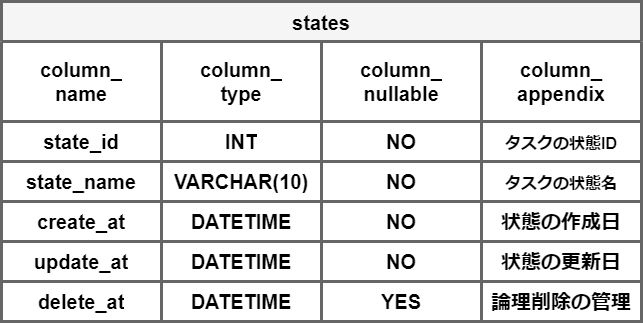
Before: docs/仕様書/images/table_states.png, a diagram exported from draw.io (takaaaa-jun/check_annotator). Source tidied: cells renumbered, new cells last; positions are measured from the earlier drawing's top-left corner, leaving out a move shared by most shapes. Source of this version:
```xml
<mxGraphModel>
  <root>
    <mxCell id="0" />
    <mxCell id="1" parent="0" />
    <mxCell id="2" value="states" style="shape=table;startSize=40;strokeColor=#666666;fontSize=20;strokeWidth=3;fillColor=#F5F5F5;fontStyle=1;" parent="1" vertex="1">
      <mxGeometry width="640" height="320" as="geometry" />
    </mxCell>
    <mxCell id="3" style="shape=tableRow;horizontal=0;startSize=0;swimlaneHead=0;swimlaneBody=0;strokeColor=inherit;top=0;left=0;bottom=0;right=0;fillColor=none;fontSize=20;fontStyle=1;" parent="2" vertex="1">
      <mxGeometry y="40" width="640" height="80" as="geometry" />
    </mxCell>
    <mxCell id="4" value="column_&lt;br&gt;name" style="shape=partialRectangle;html=1;whiteSpace=wrap;strokeColor=inherit;overflow=hidden;fillColor=none;top=0;left=0;bottom=0;right=0;fontSize=20;fontStyle=1;" parent="3" vertex="1">
      <mxGeometry width="160" height="80" as="geometry" />
    </mxCell>
    <mxCell id="5" value="column_&lt;br&gt;type" style="shape=partialRectangle;html=1;whiteSpace=wrap;strokeColor=inherit;overflow=hidden;fillColor=none;top=0;left=0;bottom=0;right=0;fontSize=20;fontStyle=1;" parent="3" vertex="1">
      <mxGeometry x="160" width="160" height="80" as="geometry" />
    </mxCell>
    <mxCell id="6" value="column_&lt;br&gt;nullable" style="shape=partialRectangle;html=1;whiteSpace=wrap;strokeColor=inherit;overflow=hidden;fillColor=none;top=0;left=0;bottom=0;right=0;fontSize=20;fontStyle=1;" parent="3" vertex="1">
      <mxGeometry x="320" width="160" height="80" as="geometry" />
    </mxCell>
    <mxCell id="7" value="column_&lt;br&gt;appendix" style="shape=partialRectangle;html=1;whiteSpace=wrap;strokeColor=inherit;overflow=hidden;fillColor=none;top=0;left=0;bottom=0;right=0;fontSize=20;fontStyle=1;" parent="3" vertex="1">
      <mxGeometry x="480" width="160" height="80" as="geometry" />
    </mxCell>
    <mxCell id="8" style="shape=tableRow;horizontal=0;startSize=0;swimlaneHead=0;swimlaneBody=0;strokeColor=inherit;top=0;left=0;bottom=0;right=0;fillColor=none;fontSize=20;fontStyle=1;" parent="2" vertex="1">
      <mxGeometry y="120" width="640" height="40" as="geometry" />
    </mxCell>
    <mxCell id="9" value="state_id" style="shape=partialRectangle;html=1;whiteSpace=wrap;strokeColor=inherit;overflow=hidden;fillColor=none;top=0;left=0;bottom=0;right=0;fontSize=20;fontStyle=1;" parent="8" vertex="1">
      <mxGeometry width="160" height="40" as="geometry" />
    </mxCell>
    <mxCell id="10" value="INT" style="shape=partialRectangle;html=1;whiteSpace=wrap;strokeColor=inherit;overflow=hidden;fillColor=none;top=0;left=0;bottom=0;right=0;fontSize=20;fontStyle=1;" parent="8" vertex="1">
      <mxGeometry x="160" width="160" height="40" as="geometry" />
    </mxCell>
    <mxCell id="11" value="NO" style="shape=partialRectangle;html=1;whiteSpace=wrap;strokeColor=inherit;overflow=hidden;fillColor=none;top=0;left=0;bottom=0;right=0;fontSize=20;fontStyle=1;" parent="8" vertex="1">
      <mxGeometry x="320" width="160" height="40" as="geometry" />
    </mxCell>
    <mxCell id="12" value="&lt;font style=&quot;font-size: 16px;&quot;&gt;タスクの状態ID&lt;/font&gt;" style="shape=partialRectangle;html=1;whiteSpace=wrap;strokeColor=inherit;overflow=hidden;fillColor=none;top=0;left=0;bottom=0;right=0;fontSize=20;fontStyle=1;" parent="8" vertex="1">
      <mxGeometry x="480" width="160" height="40" as="geometry" />
    </mxCell>
    <mxCell id="13" style="shape=tableRow;horizontal=0;startSize=0;swimlaneHead=0;swimlaneBody=0;strokeColor=inherit;top=0;left=0;bottom=0;right=0;fillColor=none;fontSize=20;fontStyle=1;" parent="2" vertex="1">
      <mxGeometry y="160" width="640" height="40" as="geometry" />
    </mxCell>
    <mxCell id="14" value="state_name" style="shape=partialRectangle;html=1;whiteSpace=wrap;strokeColor=inherit;overflow=hidden;fillColor=none;top=0;left=0;bottom=0;right=0;fontSize=20;fontStyle=1;" parent="13" vertex="1">
      <mxGeometry width="160" height="40" as="geometry" />
    </mxCell>
    <mxCell id="15" value="VARCHAR(10)" style="shape=partialRectangle;html=1;whiteSpace=wrap;strokeColor=inherit;overflow=hidden;fillColor=none;top=0;left=0;bottom=0;right=0;fontSize=20;fontStyle=1;" parent="13" vertex="1">
      <mxGeometry x="160" width="160" height="40" as="geometry" />
    </mxCell>
    <mxCell id="16" value="NO" style="shape=partialRectangle;html=1;whiteSpace=wrap;strokeColor=inherit;overflow=hidden;fillColor=none;top=0;left=0;bottom=0;right=0;fontSize=20;fontStyle=1;" parent="13" vertex="1">
      <mxGeometry x="320" width="160" height="40" as="geometry" />
    </mxCell>
    <mxCell id="17" value="&lt;span style=&quot;font-size: 16px;&quot;&gt;タスクの状態名&lt;/span&gt;" style="shape=partialRectangle;html=1;whiteSpace=wrap;strokeColor=inherit;overflow=hidden;fillColor=none;top=0;left=0;bottom=0;right=0;fontSize=20;fontStyle=1;" parent="13" vertex="1">
      <mxGeometry x="480" width="160" height="40" as="geometry" />
    </mxCell>
    <mxCell id="18" style="shape=tableRow;horizontal=0;startSize=0;swimlaneHead=0;swimlaneBody=0;strokeColor=inherit;top=0;left=0;bottom=0;right=0;fillColor=none;fontSize=20;fontStyle=1;" parent="2" vertex="1">
      <mxGeometry y="200" width="640" height="40" as="geometry" />
    </mxCell>
    <mxCell id="19" value="create_at" style="shape=partialRectangle;html=1;whiteSpace=wrap;strokeColor=inherit;overflow=hidden;fillColor=none;top=0;left=0;bottom=0;right=0;fontSize=20;fontStyle=1;" parent="18" vertex="1">
      <mxGeometry width="160" height="40" as="geometry" />
    </mxCell>
    <mxCell id="20" value="DATETIME" style="shape=partialRectangle;html=1;whiteSpace=wrap;strokeColor=inherit;overflow=hidden;fillColor=none;top=0;left=0;bottom=0;right=0;fontSize=20;fontStyle=1;" parent="18" vertex="1">
      <mxGeometry x="160" width="160" height="40" as="geometry" />
    </mxCell>
    <mxCell id="21" value="NO" style="shape=partialRectangle;html=1;whiteSpace=wrap;strokeColor=inherit;overflow=hidden;fillColor=none;top=0;left=0;bottom=0;right=0;fontSize=20;fontStyle=1;" parent="18" vertex="1">
      <mxGeometry x="320" width="160" height="40" as="geometry" />
    </mxCell>
    <mxCell id="22" value="状態の作成日" style="shape=partialRectangle;html=1;whiteSpace=wrap;strokeColor=inherit;overflow=hidden;fillColor=none;top=0;left=0;bottom=0;right=0;fontSize=20;fontStyle=1;" parent="18" vertex="1">
      <mxGeometry x="480" width="160" height="40" as="geometry" />
    </mxCell>
    <mxCell id="23" style="shape=tableRow;horizontal=0;startSize=0;swimlaneHead=0;swimlaneBody=0;strokeColor=inherit;top=0;left=0;bottom=0;right=0;fillColor=none;fontSize=20;fontStyle=1;" parent="2" vertex="1">
      <mxGeometry y="240" width="640" height="40" as="geometry" />
    </mxCell>
    <mxCell id="24" value="update_at" style="shape=partialRectangle;html=1;whiteSpace=wrap;strokeColor=inherit;overflow=hidden;fillColor=none;top=0;left=0;bottom=0;right=0;fontSize=20;fontStyle=1;" parent="23" vertex="1">
      <mxGeometry width="160" height="40" as="geometry" />
    </mxCell>
    <mxCell id="25" value="DATETIME" style="shape=partialRectangle;html=1;whiteSpace=wrap;strokeColor=inherit;overflow=hidden;fillColor=none;top=0;left=0;bottom=0;right=0;fontSize=20;fontStyle=1;" parent="23" vertex="1">
      <mxGeometry x="160" width="160" height="40" as="geometry" />
    </mxCell>
    <mxCell id="26" value="NO" style="shape=partialRectangle;html=1;whiteSpace=wrap;strokeColor=inherit;overflow=hidden;fillColor=none;top=0;left=0;bottom=0;right=0;fontSize=20;fontStyle=1;" parent="23" vertex="1">
      <mxGeometry x="320" width="160" height="40" as="geometry" />
    </mxCell>
    <mxCell id="27" value="状態の更新日" style="shape=partialRectangle;html=1;whiteSpace=wrap;strokeColor=inherit;overflow=hidden;fillColor=none;top=0;left=0;bottom=0;right=0;fontSize=20;fontStyle=1;" parent="23" vertex="1">
      <mxGeometry x="480" width="160" height="40" as="geometry" />
    </mxCell>
    <mxCell id="28" style="shape=tableRow;horizontal=0;startSize=0;swimlaneHead=0;swimlaneBody=0;strokeColor=inherit;top=0;left=0;bottom=0;right=0;fillColor=none;fontSize=20;fontStyle=1;" parent="2" vertex="1">
      <mxGeometry y="280" width="640" height="40" as="geometry" />
    </mxCell>
    <mxCell id="29" value="delete_at" style="shape=partialRectangle;html=1;whiteSpace=wrap;strokeColor=inherit;overflow=hidden;fillColor=none;top=0;left=0;bottom=0;right=0;fontSize=20;fontStyle=1;" parent="28" vertex="1">
      <mxGeometry width="160" height="40" as="geometry" />
    </mxCell>
    <mxCell id="30" value="DATETIME" style="shape=partialRectangle;html=1;whiteSpace=wrap;strokeColor=inherit;overflow=hidden;fillColor=none;top=0;left=0;bottom=0;right=0;fontSize=20;fontStyle=1;" parent="28" vertex="1">
      <mxGeometry x="160" width="160" height="40" as="geometry" />
    </mxCell>
    <mxCell id="31" value="YES" style="shape=partialRectangle;html=1;whiteSpace=wrap;strokeColor=inherit;overflow=hidden;fillColor=none;top=0;left=0;bottom=0;right=0;fontSize=20;fontStyle=1;" parent="28" vertex="1">
      <mxGeometry x="320" width="160" height="40" as="geometry" />
    </mxCell>
    <mxCell id="32" value="論理削除の管理" style="shape=partialRectangle;html=1;whiteSpace=wrap;strokeColor=inherit;overflow=hidden;fillColor=none;top=0;left=0;bottom=0;right=0;fontSize=20;fontStyle=1;" parent="28" vertex="1">
      <mxGeometry x="480" width="160" height="40" as="geometry" />
    </mxCell>
  </root>
</mxGraphModel>
```
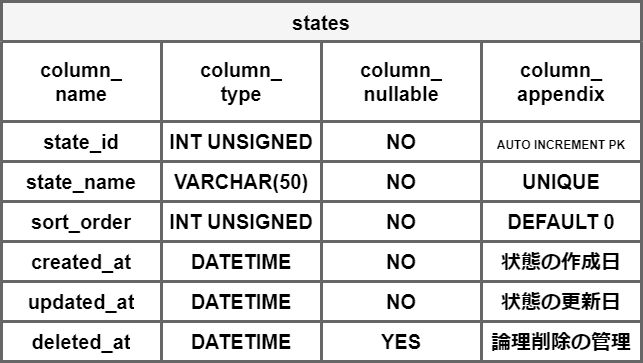
Above is the later version.

Change to the diagram source:
```diff
@@ -3,7 +3,7 @@
     <mxCell id="0" />
     <mxCell id="1" parent="0" />
     <mxCell id="2" value="states" style="shape=table;startSize=40;strokeColor=#666666;fontSize=20;strokeWidth=3;fillColor=#F5F5F5;fontStyle=1;" parent="1" vertex="1">
-      <mxGeometry width="640" height="320" as="geometry" />
+      <mxGeometry width="640" height="360" as="geometry" />
     </mxCell>
     <mxCell id="3" style="shape=tableRow;horizontal=0;startSize=0;swimlaneHead=0;swimlaneBody=0;strokeColor=inherit;top=0;left=0;bottom=0;right=0;fillColor=none;fontSize=20;fontStyle=1;" parent="2" vertex="1">
       <mxGeometry y="40" width="640" height="80" as="geometry" />
@@ -26,13 +26,13 @@
     <mxCell id="9" value="state_id" style="shape=partialRectangle;html=1;whiteSpace=wrap;strokeColor=inherit;overflow=hidden;fillColor=none;top=0;left=0;bottom=0;right=0;fontSize=20;fontStyle=1;" parent="8" vertex="1">
       <mxGeometry width="160" height="40" as="geometry" />
     </mxCell>
-    <mxCell id="10" value="INT" style="shape=partialRectangle;html=1;whiteSpace=wrap;strokeColor=inherit;overflow=hidden;fillColor=none;top=0;left=0;bottom=0;right=0;fontSize=20;fontStyle=1;" parent="8" vertex="1">
+    <mxCell id="10" value="INT UNSIGNED" style="shape=partialRectangle;html=1;whiteSpace=wrap;strokeColor=inherit;overflow=hidden;fillColor=none;top=0;left=0;bottom=0;right=0;fontSize=20;fontStyle=1;" parent="8" vertex="1">
       <mxGeometry x="160" width="160" height="40" as="geometry" />
     </mxCell>
     <mxCell id="11" value="NO" style="shape=partialRectangle;html=1;whiteSpace=wrap;strokeColor=inherit;overflow=hidden;fillColor=none;top=0;left=0;bottom=0;right=0;fontSize=20;fontStyle=1;" parent="8" vertex="1">
       <mxGeometry x="320" width="160" height="40" as="geometry" />
     </mxCell>
-    <mxCell id="12" value="&lt;font style=&quot;font-size: 16px;&quot;&gt;タスクの状態ID&lt;/font&gt;" style="shape=partialRectangle;html=1;whiteSpace=wrap;strokeColor=inherit;overflow=hidden;fillColor=none;top=0;left=0;bottom=0;right=0;fontSize=20;fontStyle=1;" parent="8" vertex="1">
+    <mxCell id="12" value="&lt;font style=&quot;font-size: 12px;&quot;&gt;AUTO INCREMENT PK&lt;/font&gt;" style="shape=partialRectangle;html=1;whiteSpace=wrap;strokeColor=inherit;overflow=hidden;fillColor=none;top=0;left=0;bottom=0;right=0;fontSize=20;fontStyle=1;" parent="8" vertex="1">
       <mxGeometry x="480" width="160" height="40" as="geometry" />
     </mxCell>
     <mxCell id="13" style="shape=tableRow;horizontal=0;startSize=0;swimlaneHead=0;swimlaneBody=0;strokeColor=inherit;top=0;left=0;bottom=0;right=0;fillColor=none;fontSize=20;fontStyle=1;" parent="2" vertex="1">
@@ -41,34 +41,34 @@
     <mxCell id="14" value="state_name" style="shape=partialRectangle;html=1;whiteSpace=wrap;strokeColor=inherit;overflow=hidden;fillColor=none;top=0;left=0;bottom=0;right=0;fontSize=20;fontStyle=1;" parent="13" vertex="1">
       <mxGeometry width="160" height="40" as="geometry" />
     </mxCell>
-    <mxCell id="15" value="VARCHAR(10)" style="shape=partialRectangle;html=1;whiteSpace=wrap;strokeColor=inherit;overflow=hidden;fillColor=none;top=0;left=0;bottom=0;right=0;fontSize=20;fontStyle=1;" parent="13" vertex="1">
+    <mxCell id="15" value="VARCHAR(50)" style="shape=partialRectangle;html=1;whiteSpace=wrap;strokeColor=inherit;overflow=hidden;fillColor=none;top=0;left=0;bottom=0;right=0;fontSize=20;fontStyle=1;" parent="13" vertex="1">
       <mxGeometry x="160" width="160" height="40" as="geometry" />
     </mxCell>
     <mxCell id="16" value="NO" style="shape=partialRectangle;html=1;whiteSpace=wrap;strokeColor=inherit;overflow=hidden;fillColor=none;top=0;left=0;bottom=0;right=0;fontSize=20;fontStyle=1;" parent="13" vertex="1">
       <mxGeometry x="320" width="160" height="40" as="geometry" />
     </mxCell>
-    <mxCell id="17" value="&lt;span style=&quot;font-size: 16px;&quot;&gt;タスクの状態名&lt;/span&gt;" style="shape=partialRectangle;html=1;whiteSpace=wrap;strokeColor=inherit;overflow=hidden;fillColor=none;top=0;left=0;bottom=0;right=0;fontSize=20;fontStyle=1;" parent="13" vertex="1">
+    <mxCell id="17" value="UNIQUE" style="shape=partialRectangle;html=1;whiteSpace=wrap;strokeColor=inherit;overflow=hidden;fillColor=none;top=0;left=0;bottom=0;right=0;fontSize=20;fontStyle=1;" parent="13" vertex="1">
       <mxGeometry x="480" width="160" height="40" as="geometry" />
     </mxCell>
     <mxCell id="18" style="shape=tableRow;horizontal=0;startSize=0;swimlaneHead=0;swimlaneBody=0;strokeColor=inherit;top=0;left=0;bottom=0;right=0;fillColor=none;fontSize=20;fontStyle=1;" parent="2" vertex="1">
       <mxGeometry y="200" width="640" height="40" as="geometry" />
     </mxCell>
-    <mxCell id="19" value="create_at" style="shape=partialRectangle;html=1;whiteSpace=wrap;strokeColor=inherit;overflow=hidden;fillColor=none;top=0;left=0;bottom=0;right=0;fontSize=20;fontStyle=1;" parent="18" vertex="1">
+    <mxCell id="19" value="sort_order" style="shape=partialRectangle;html=1;whiteSpace=wrap;strokeColor=inherit;overflow=hidden;fillColor=none;top=0;left=0;bottom=0;right=0;fontSize=20;fontStyle=1;" parent="18" vertex="1">
       <mxGeometry width="160" height="40" as="geometry" />
     </mxCell>
-    <mxCell id="20" value="DATETIME" style="shape=partialRectangle;html=1;whiteSpace=wrap;strokeColor=inherit;overflow=hidden;fillColor=none;top=0;left=0;bottom=0;right=0;fontSize=20;fontStyle=1;" parent="18" vertex="1">
+    <mxCell id="20" value="INT UNSIGNED" style="shape=partialRectangle;html=1;whiteSpace=wrap;strokeColor=inherit;overflow=hidden;fillColor=none;top=0;left=0;bottom=0;right=0;fontSize=20;fontStyle=1;" parent="18" vertex="1">
       <mxGeometry x="160" width="160" height="40" as="geometry" />
     </mxCell>
     <mxCell id="21" value="NO" style="shape=partialRectangle;html=1;whiteSpace=wrap;strokeColor=inherit;overflow=hidden;fillColor=none;top=0;left=0;bottom=0;right=0;fontSize=20;fontStyle=1;" parent="18" vertex="1">
       <mxGeometry x="320" width="160" height="40" as="geometry" />
     </mxCell>
-    <mxCell id="22" value="状態の作成日" style="shape=partialRectangle;html=1;whiteSpace=wrap;strokeColor=inherit;overflow=hidden;fillColor=none;top=0;left=0;bottom=0;right=0;fontSize=20;fontStyle=1;" parent="18" vertex="1">
+    <mxCell id="22" value="DEFAULT 0" style="shape=partialRectangle;html=1;whiteSpace=wrap;strokeColor=inherit;overflow=hidden;fillColor=none;top=0;left=0;bottom=0;right=0;fontSize=20;fontStyle=1;" parent="18" vertex="1">
       <mxGeometry x="480" width="160" height="40" as="geometry" />
     </mxCell>
     <mxCell id="23" style="shape=tableRow;horizontal=0;startSize=0;swimlaneHead=0;swimlaneBody=0;strokeColor=inherit;top=0;left=0;bottom=0;right=0;fillColor=none;fontSize=20;fontStyle=1;" parent="2" vertex="1">
       <mxGeometry y="240" width="640" height="40" as="geometry" />
     </mxCell>
-    <mxCell id="24" value="update_at" style="shape=partialRectangle;html=1;whiteSpace=wrap;strokeColor=inherit;overflow=hidden;fillColor=none;top=0;left=0;bottom=0;right=0;fontSize=20;fontStyle=1;" parent="23" vertex="1">
+    <mxCell id="24" value="created_at" style="shape=partialRectangle;html=1;whiteSpace=wrap;strokeColor=inherit;overflow=hidden;fillColor=none;top=0;left=0;bottom=0;right=0;fontSize=20;fontStyle=1;" parent="23" vertex="1">
       <mxGeometry width="160" height="40" as="geometry" />
     </mxCell>
     <mxCell id="25" value="DATETIME" style="shape=partialRectangle;html=1;whiteSpace=wrap;strokeColor=inherit;overflow=hidden;fillColor=none;top=0;left=0;bottom=0;right=0;fontSize=20;fontStyle=1;" parent="23" vertex="1">
@@ -77,23 +77,38 @@
     <mxCell id="26" value="NO" style="shape=partialRectangle;html=1;whiteSpace=wrap;strokeColor=inherit;overflow=hidden;fillColor=none;top=0;left=0;bottom=0;right=0;fontSize=20;fontStyle=1;" parent="23" vertex="1">
       <mxGeometry x="320" width="160" height="40" as="geometry" />
     </mxCell>
-    <mxCell id="27" value="状態の更新日" style="shape=partialRectangle;html=1;whiteSpace=wrap;strokeColor=inherit;overflow=hidden;fillColor=none;top=0;left=0;bottom=0;right=0;fontSize=20;fontStyle=1;" parent="23" vertex="1">
+    <mxCell id="27" value="状態の作成日" style="shape=partialRectangle;html=1;whiteSpace=wrap;strokeColor=inherit;overflow=hidden;fillColor=none;top=0;left=0;bottom=0;right=0;fontSize=20;fontStyle=1;" parent="23" vertex="1">
       <mxGeometry x="480" width="160" height="40" as="geometry" />
     </mxCell>
     <mxCell id="28" style="shape=tableRow;horizontal=0;startSize=0;swimlaneHead=0;swimlaneBody=0;strokeColor=inherit;top=0;left=0;bottom=0;right=0;fillColor=none;fontSize=20;fontStyle=1;" parent="2" vertex="1">
       <mxGeometry y="280" width="640" height="40" as="geometry" />
     </mxCell>
-    <mxCell id="29" value="delete_at" style="shape=partialRectangle;html=1;whiteSpace=wrap;strokeColor=inherit;overflow=hidden;fillColor=none;top=0;left=0;bottom=0;right=0;fontSize=20;fontStyle=1;" parent="28" vertex="1">
+    <mxCell id="29" value="updated_at" style="shape=partialRectangle;html=1;whiteSpace=wrap;strokeColor=inherit;overflow=hidden;fillColor=none;top=0;left=0;bottom=0;right=0;fontSize=20;fontStyle=1;" parent="28" vertex="1">
       <mxGeometry width="160" height="40" as="geometry" />
     </mxCell>
     <mxCell id="30" value="DATETIME" style="shape=partialRectangle;html=1;whiteSpace=wrap;strokeColor=inherit;overflow=hidden;fillColor=none;top=0;left=0;bottom=0;right=0;fontSize=20;fontStyle=1;" parent="28" vertex="1">
       <mxGeometry x="160" width="160" height="40" as="geometry" />
     </mxCell>
-    <mxCell id="31" value="YES" style="shape=partialRectangle;html=1;whiteSpace=wrap;strokeColor=inherit;overflow=hidden;fillColor=none;top=0;left=0;bottom=0;right=0;fontSize=20;fontStyle=1;" parent="28" vertex="1">
+    <mxCell id="31" value="NO" style="shape=partialRectangle;html=1;whiteSpace=wrap;strokeColor=inherit;overflow=hidden;fillColor=none;top=0;left=0;bottom=0;right=0;fontSize=20;fontStyle=1;" parent="28" vertex="1">
       <mxGeometry x="320" width="160" height="40" as="geometry" />
     </mxCell>
-    <mxCell id="32" value="論理削除の管理" style="shape=partialRectangle;html=1;whiteSpace=wrap;strokeColor=inherit;overflow=hidden;fillColor=none;top=0;left=0;bottom=0;right=0;fontSize=20;fontStyle=1;" parent="28" vertex="1">
+    <mxCell id="32" value="状態の更新日" style="shape=partialRectangle;html=1;whiteSpace=wrap;strokeColor=inherit;overflow=hidden;fillColor=none;top=0;left=0;bottom=0;right=0;fontSize=20;fontStyle=1;" parent="28" vertex="1">
       <mxGeometry x="480" width="160" height="40" as="geometry" />
     </mxCell>
+    <mxCell id="33" style="shape=tableRow;horizontal=0;startSize=0;swimlaneHead=0;swimlaneBody=0;strokeColor=inherit;top=0;left=0;bottom=0;right=0;fillColor=none;fontSize=20;fontStyle=1;" parent="2" vertex="1">
+      <mxGeometry y="320" width="640" height="40" as="geometry" />
+    </mxCell>
+    <mxCell id="34" value="deleted_at" style="shape=partialRectangle;html=1;whiteSpace=wrap;strokeColor=inherit;overflow=hidden;fillColor=none;top=0;left=0;bottom=0;right=0;fontSize=20;fontStyle=1;" parent="33" vertex="1">
+      <mxGeometry width="160" height="40" as="geometry" />
+    </mxCell>
+    <mxCell id="35" value="DATETIME" style="shape=partialRectangle;html=1;whiteSpace=wrap;strokeColor=inherit;overflow=hidden;fillColor=none;top=0;left=0;bottom=0;right=0;fontSize=20;fontStyle=1;" parent="33" vertex="1">
+      <mxGeometry x="160" width="160" height="40" as="geometry" />
+    </mxCell>
+    <mxCell id="36" value="YES" style="shape=partialRectangle;html=1;whiteSpace=wrap;strokeColor=inherit;overflow=hidden;fillColor=none;top=0;left=0;bottom=0;right=0;fontSize=20;fontStyle=1;" parent="33" vertex="1">
+      <mxGeometry x="320" width="160" height="40" as="geometry" />
+    </mxCell>
+    <mxCell id="37" value="論理削除の管理" style="shape=partialRectangle;html=1;whiteSpace=wrap;strokeColor=inherit;overflow=hidden;fillColor=none;top=0;left=0;bottom=0;right=0;fontSize=20;fontStyle=1;" parent="33" vertex="1">
+      <mxGeometry x="480" width="160" height="40" as="geometry" />
+    </mxCell>
   </root>
 </mxGraphModel>
```
